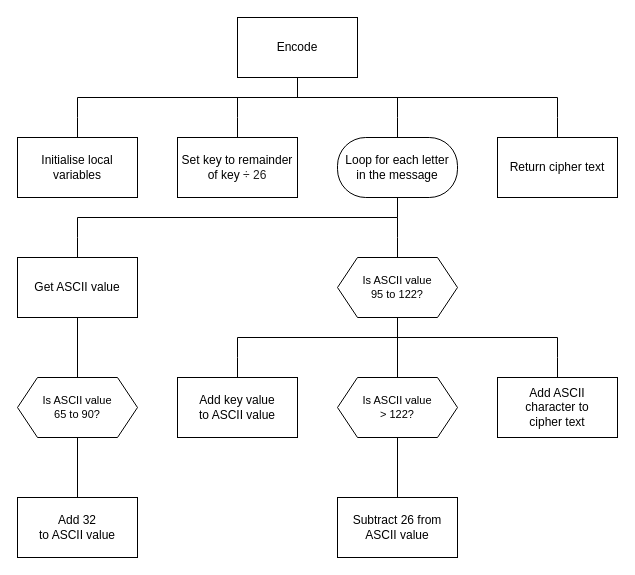
Earlier version of the draw.io diagram page "sd" (5 of 6) of higher/H-SDD-Caesar-Cipher/assets/H SDD Caesar Cipher.drawio (MrFriendCS/MrFriendCS.github.io). Source tidied: cells renumbered, new cells numbered last; positions are measured from the earlier drawing's top-left corner, leaving out a move shared by most shapes. Both pictures are drawn from the tidied source at 100%, with x=0, y=0 at pixel (17, 17).
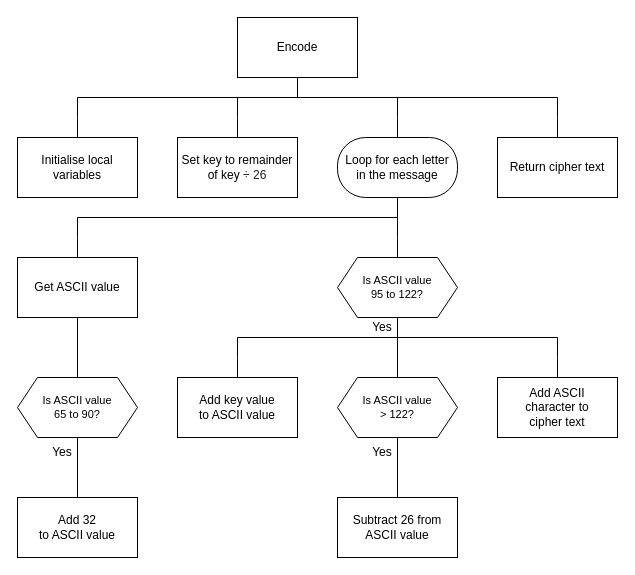
The same diagram, later.

Change to the diagram source:
```diff
@@
+    <mxCell id="32" value="Yes" style="text;html=1;align=center;verticalAlign=middle;whiteSpace=wrap;rounded=0;" parent="1" vertex="1">
+      <mxGeometry x="20" y="420" width="50" height="30" as="geometry" />
+    </mxCell>
+    <mxCell id="33" value="Yes" style="text;html=1;align=center;verticalAlign=middle;whiteSpace=wrap;rounded=0;" parent="1" vertex="1">
+      <mxGeometry x="340" y="300" width="50" height="20" as="geometry" />
+    </mxCell>
+    <mxCell id="34" value="Yes" style="text;html=1;align=center;verticalAlign=middle;whiteSpace=wrap;rounded=0;" parent="1" vertex="1">
+      <mxGeometry x="340" y="420" width="50" height="30" as="geometry" />
+    </mxCell>
```
